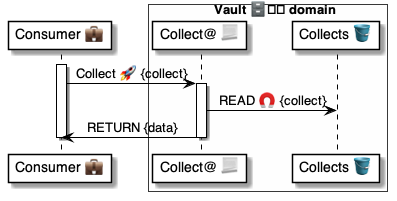
The PlantUML diagram 4 ⚙️ Solution/41 🎭 Domain Roles/Vaults 🗄️/🗄️🅰️ Vault methods/Collect 💼🚀🗄️/🗄️ Collect ⚙️ uml.png in pollyweb-org/pollyweb-docs, before a commit. Its source is kept beside it as 4 ⚙️ Solution/41 🎭 Domain Roles/Vaults 🗄️/🗄️🅰️ Vault methods/Collect 💼🚀🗄️/🗄️ Collect ⚙️ uml.puml. Source of this version:
```plantuml
@startuml Collet@Vault

participant "Consumer 💼" as consumer

box Vault 🗄️️ domain #FFFFFA
    participant "Collect@ 📃" as vault
    participant "Collects 🪣" as collects
end box


activate consumer
    consumer -> vault: Collect 🚀 {collect}
    activate vault
        vault -> collects: READ 🧲 {collect}
        vault -> consumer: RETURN {data}
    deactivate vault

deactivate consumer

@enduml
```
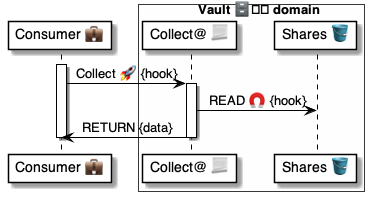
The same diagram one commit later.

The edit, as a diff of the source:
```diff
@@ -4,14 +4,14 @@
 
 box Vault 🗄️️ domain #FFFFFA
     participant "Collect@ 📃" as vault
-    participant "Collects 🪣" as collects
+    participant "Shares 🪣" as shares
 end box
 
 
 activate consumer
-    consumer -> vault: Collect 🚀 {collect}
+    consumer -> vault: Collect 🚀 {hook}
     activate vault
-        vault -> collects: READ 🧲 {collect}
+        vault -> shares: READ 🧲 {hook}
         vault -> consumer: RETURN {data}
     deactivate vault
 
```
